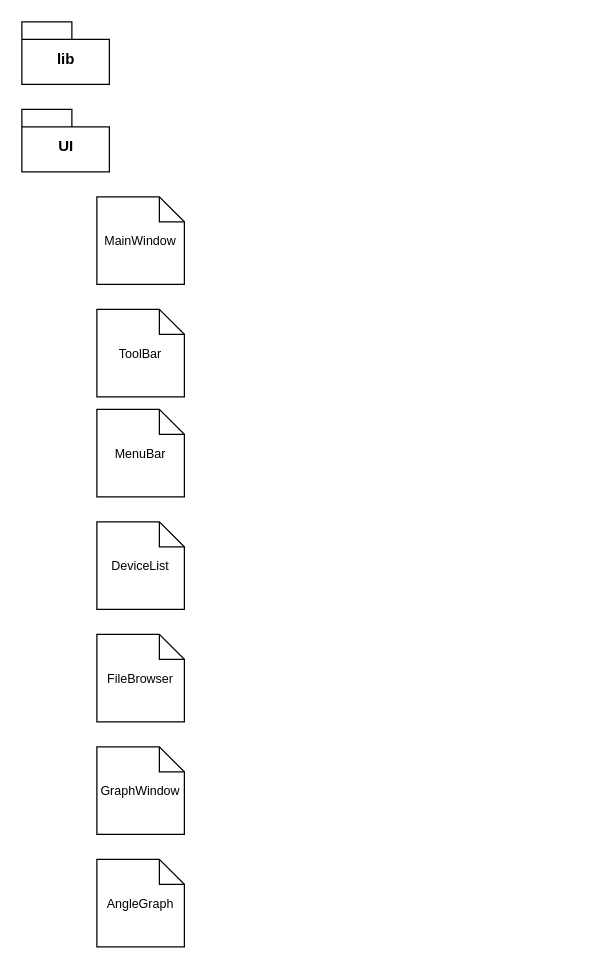
Above: esqueleto.drawio in JoseIBCgh/prefall-capturing-tool-cdti (draw.io), before the change. Source tidied: cells renumbered, new cells numbered last; positions are measured from the earlier drawing's top-left corner, leaving out a move shared by most shapes. Both pictures are drawn from the tidied source at 125%, with x=0, y=0 at pixel (21, 21).
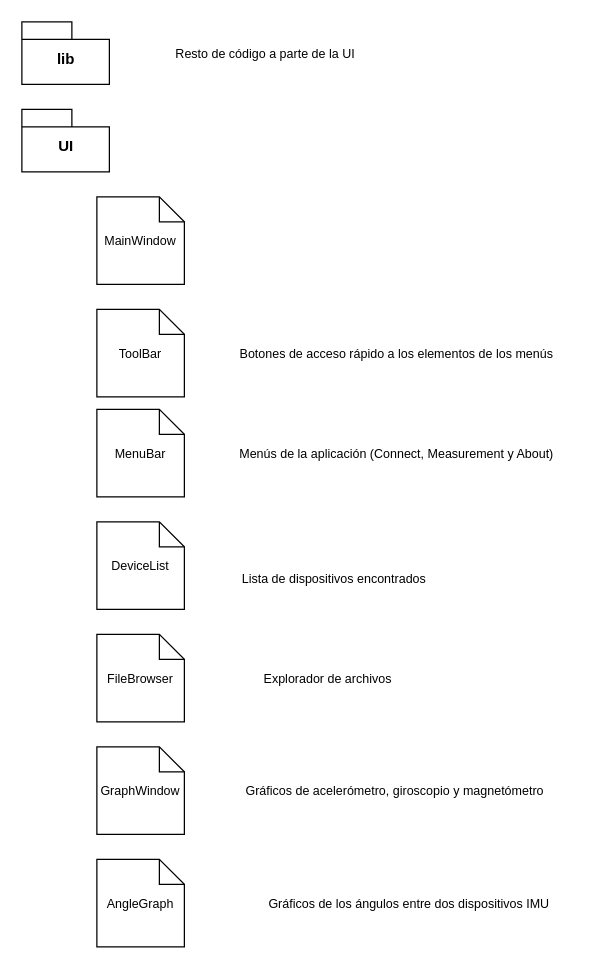
Above is the later version.

What changed in the source:
```diff
@@
 <mxGraphModel>
   <root>
     <mxCell id="0" />
     <mxCell id="1" parent="0" />
     <mxCell id="2" value="lib" style="shape=folder;fontStyle=1;spacingTop=10;tabWidth=40;tabHeight=14;tabPosition=left;html=1;" parent="1" vertex="1">
       <mxGeometry width="70" height="50" as="geometry" />
     </mxCell>
     <mxCell id="3" value="UI" style="shape=folder;fontStyle=1;spacingTop=10;tabWidth=40;tabHeight=14;tabPosition=left;html=1;" parent="1" vertex="1">
       <mxGeometry y="70" width="70" height="50" as="geometry" />
     </mxCell>
     <mxCell id="4" value="&lt;font style=&quot;font-size: 10px;&quot;&gt;MainWindow&lt;/font&gt;" style="shape=note;size=20;whiteSpace=wrap;html=1;" parent="1" vertex="1">
       <mxGeometry x="60" y="140" width="70" height="70" as="geometry" />
     </mxCell>
     <mxCell id="5" value="&lt;font style=&quot;font-size: 10px;&quot;&gt;ToolBar&lt;/font&gt;" style="shape=note;size=20;whiteSpace=wrap;html=1;" parent="1" vertex="1">
       <mxGeometry x="60" y="230" width="70" height="70" as="geometry" />
     </mxCell>
     <mxCell id="6" value="&lt;font style=&quot;font-size: 10px;&quot;&gt;MenuBar&lt;/font&gt;" style="shape=note;size=20;whiteSpace=wrap;html=1;" parent="1" vertex="1">
       <mxGeometry x="60" y="310" width="70" height="70" as="geometry" />
     </mxCell>
     <mxCell id="7" value="&lt;font style=&quot;font-size: 10px;&quot;&gt;DeviceList&lt;/font&gt;" style="shape=note;size=20;whiteSpace=wrap;html=1;" parent="1" vertex="1">
       <mxGeometry x="60" y="400" width="70" height="70" as="geometry" />
     </mxCell>
     <mxCell id="8" value="&lt;font style=&quot;font-size: 10px;&quot;&gt;FileBrowser&lt;/font&gt;" style="shape=note;size=20;whiteSpace=wrap;html=1;" parent="1" vertex="1">
       <mxGeometry x="60" y="490" width="70" height="70" as="geometry" />
     </mxCell>
     <mxCell id="9" value="&lt;font style=&quot;font-size: 10px;&quot;&gt;GraphWindow&lt;/font&gt;" style="shape=note;size=20;whiteSpace=wrap;html=1;" parent="1" vertex="1">
       <mxGeometry x="60" y="580" width="70" height="70" as="geometry" />
     </mxCell>
     <mxCell id="10" value="&lt;font style=&quot;font-size: 10px;&quot;&gt;AngleGraph&lt;/font&gt;" style="shape=note;size=20;whiteSpace=wrap;html=1;" parent="1" vertex="1">
       <mxGeometry x="60" y="670" width="70" height="70" as="geometry" />
     </mxCell>
+    <mxCell id="11" value="Gráficos de acelerómetro, giroscopio y magnetómetro&amp;nbsp;" style="text;html=1;strokeColor=none;fillColor=none;align=center;verticalAlign=middle;whiteSpace=wrap;rounded=0;fontSize=10;" parent="1" vertex="1">
+      <mxGeometry x="170" y="600" width="260" height="30" as="geometry" />
+    </mxCell>
+    <mxCell id="12" value="Gráficos de los ángulos entre dos dispositivos IMU" style="text;html=1;strokeColor=none;fillColor=none;align=center;verticalAlign=middle;whiteSpace=wrap;rounded=0;fontSize=10;" parent="1" vertex="1">
+      <mxGeometry x="180" y="690" width="260" height="30" as="geometry" />
+    </mxCell>
+    <mxCell id="13" value="Explorador de archivos" style="text;html=1;strokeColor=none;fillColor=none;align=center;verticalAlign=middle;whiteSpace=wrap;rounded=0;fontSize=10;" parent="1" vertex="1">
+      <mxGeometry x="180" y="510" width="130" height="30" as="geometry" />
+    </mxCell>
+    <mxCell id="14" value="Lista de dispositivos encontrados" style="text;html=1;strokeColor=none;fillColor=none;align=center;verticalAlign=middle;whiteSpace=wrap;rounded=0;fontSize=10;" parent="1" vertex="1">
+      <mxGeometry x="170" y="430" width="160" height="30" as="geometry" />
+    </mxCell>
+    <mxCell id="15" value="Menús de la aplicación (Connect, Measurement y About)" style="text;html=1;strokeColor=none;fillColor=none;align=center;verticalAlign=middle;whiteSpace=wrap;rounded=0;fontSize=10;" parent="1" vertex="1">
+      <mxGeometry x="170" y="330" width="260" height="30" as="geometry" />
+    </mxCell>
+    <mxCell id="16" value="Botones de acceso rápido a los elementos de los menús" style="text;html=1;strokeColor=none;fillColor=none;align=center;verticalAlign=middle;whiteSpace=wrap;rounded=0;fontSize=10;" parent="1" vertex="1">
+      <mxGeometry x="170" y="250" width="260" height="30" as="geometry" />
+    </mxCell>
+    <mxCell id="17" value="Resto de código a parte de la UI" style="text;html=1;strokeColor=none;fillColor=none;align=center;verticalAlign=middle;whiteSpace=wrap;rounded=0;fontSize=10;" parent="1" vertex="1">
+      <mxGeometry x="110" y="10" width="170" height="30" as="geometry" />
+    </mxCell>
   </root>
 </mxGraphModel>
```
